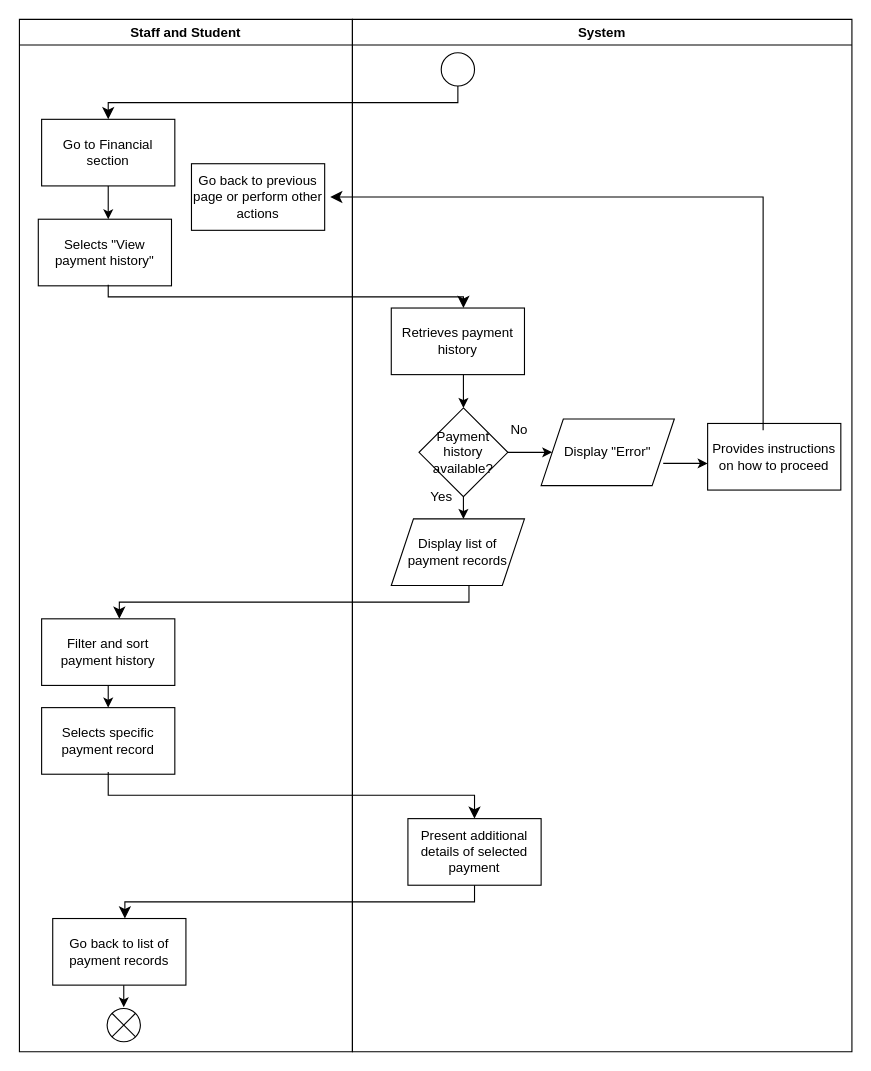
Before: project/drawio/stakeholder/activity diagram/uc23.drawio in drshahizan/software-engineering, a draw.io diagram. Source tidied: cells renumbered, new cells numbered last; positions are measured from the earlier drawing's top-left corner, leaving out a move shared by most shapes. Both pictures are drawn from the tidied source at 111%, with x=0, y=0 at pixel (19, 19).
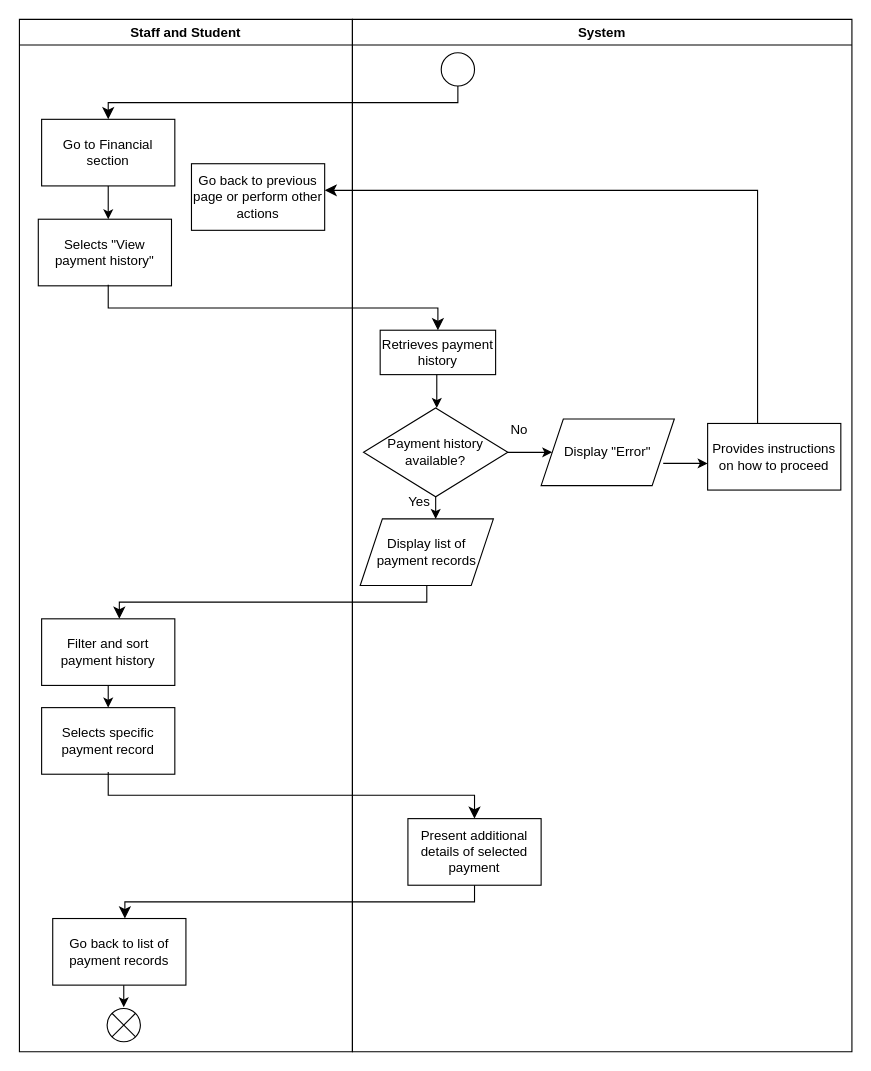
Above is the later version.

The change refers to these unchanged cells:
```xml
<mxCell id="32" value="System" style="swimlane;whiteSpace=wrap;html=1;" parent="1" vertex="1">
  <mxGeometry x="300" width="450" height="930" as="geometry" />
</mxCell>
```

Diff of the diagram source:
```diff
@@
-    <mxCell id="7" style="edgeStyle=elbowEdgeStyle;elbow=vertical;endArrow=classic;html=1;curved=0;rounded=0;endSize=8;startSize=8;" parent="1" edge="1">
+    <mxCell id="7" style="edgeStyle=elbowEdgeStyle;elbow=vertical;endArrow=classic;html=1;curved=0;rounded=0;endSize=8;startSize=8;entryX=0.5;entryY=0;entryDx=0;entryDy=0;" parent="1" edge="1" target="8">
       <mxGeometry relative="1" as="geometry">
         <mxPoint x="80" y="239" as="sourcePoint" />
-        <mxPoint x="400" y="260" as="targetPoint" />
       </mxGeometry>
     </mxCell>
     <mxCell id="8" value="Retrieves payment history" style="rounded=0;whiteSpace=wrap;html=1;" parent="1" vertex="1">
-      <mxGeometry x="335" y="260" width="120" height="60" as="geometry" />
+      <mxGeometry x="325" y="280" width="104" height="40" as="geometry" />
     </mxCell>
     <mxCell id="9" style="endArrow=classic;html=1;" parent="1" edge="1">
       <mxGeometry relative="1" as="geometry">
-        <mxPoint x="400" y="320" as="sourcePoint" />
-        <mxPoint x="400" y="350" as="targetPoint" />
+        <mxPoint x="376" y="320" as="sourcePoint" />
+        <mxPoint x="376" y="350" as="targetPoint" />
       </mxGeometry>
     </mxCell>
     <mxCell id="10" value="Payment history available?" style="rhombus;whiteSpace=wrap;html=1;" parent="1" vertex="1">
-      <mxGeometry x="360" y="350" width="80" height="80" as="geometry" />
+      <mxGeometry x="310" y="350" width="130" height="80" as="geometry" />
     </mxCell>
     <mxCell id="11" style="endArrow=classic;html=1;" parent="1" edge="1">
       <mxGeometry relative="1" as="geometry">
-        <mxPoint x="400" y="430" as="sourcePoint" />
-        <mxPoint x="400" y="450" as="targetPoint" />
+        <mxPoint x="375" y="430" as="sourcePoint" />
+        <mxPoint x="375" y="450" as="targetPoint" />
       </mxGeometry>
     </mxCell>
     <mxCell id="12" value="Display list of payment records" style="shape=parallelogram;perimeter=parallelogramPerimeter;whiteSpace=wrap;html=1;fixedSize=1;" parent="1" vertex="1">
-      <mxGeometry x="335" y="450" width="120" height="60" as="geometry" />
+      <mxGeometry x="307" y="450" width="120" height="60" as="geometry" />
     </mxCell>
-    <mxCell id="13" style="edgeStyle=elbowEdgeStyle;elbow=vertical;endArrow=classic;html=1;curved=0;rounded=0;endSize=8;startSize=8;" parent="1" edge="1">
+    <mxCell id="13" style="edgeStyle=elbowEdgeStyle;elbow=vertical;endArrow=classic;html=1;curved=0;rounded=0;endSize=8;startSize=8;" parent="1" edge="1" source="12">
       <mxGeometry relative="1" as="geometry">
-        <mxPoint x="405" y="510" as="sourcePoint" />
         <mxPoint x="90" y="540" as="targetPoint" />
       </mxGeometry>
     </mxCell>
@@
-    <mxCell id="23" value="Yes" style="text;html=1;align=center;verticalAlign=middle;strokeColor=none;fillColor=none;" parent="1" vertex="1">
-      <mxGeometry x="360" y="415" width="40" height="30" as="geometry" />
-    </mxCell>
@@
     <mxCell id="29" style="edgeStyle=elbowEdgeStyle;elbow=vertical;endArrow=classic;html=1;curved=0;rounded=0;endSize=8;startSize=8;" parent="1" edge="1">
       <mxGeometry relative="1" as="geometry">
-        <mxPoint x="670" y="370" as="sourcePoint" />
-        <mxPoint x="280" y="160" as="targetPoint" />
+        <mxPoint x="665" y="364" as="sourcePoint" />
+        <mxPoint x="275" y="154" as="targetPoint" />
         <Array as="points">
-          <mxPoint x="630" y="160" />
+          <mxPoint x="625" y="154" />
         </Array>
       </mxGeometry>
     </mxCell>
@@
+    <mxCell id="23" value="Yes" style="text;html=1;align=center;verticalAlign=middle;strokeColor=none;fillColor=none;" parent="32" vertex="1">
+      <mxGeometry x="40" y="420" width="40" height="30" as="geometry" />
+    </mxCell>
```
